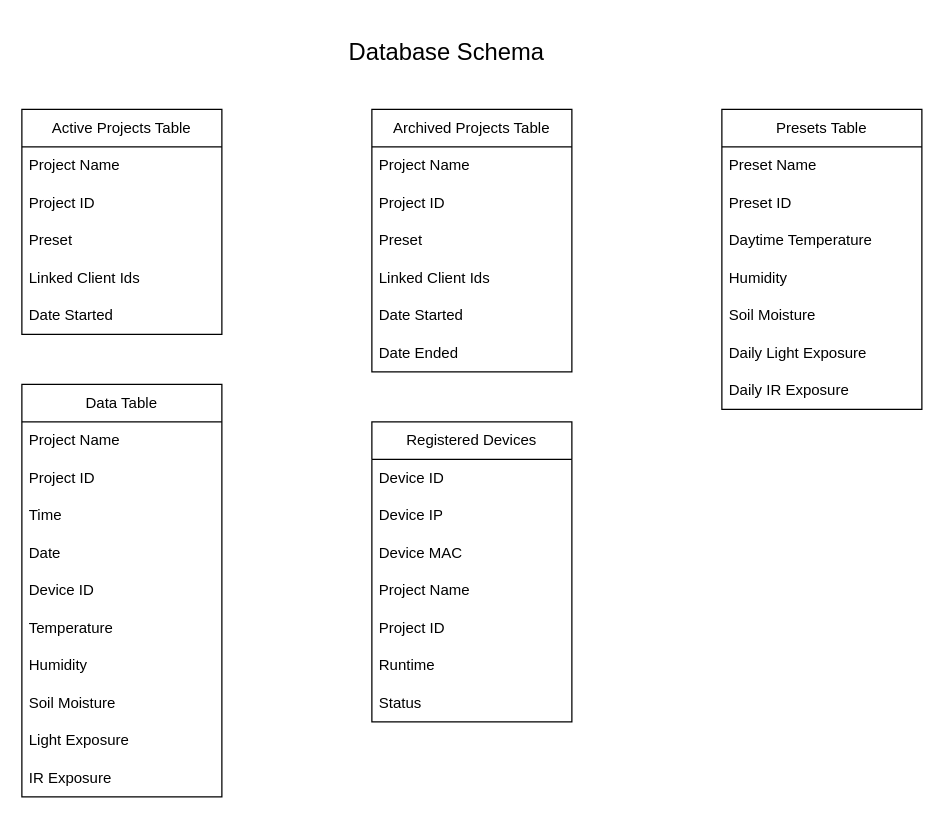
The draw.io diagram diagrams/DatabaseSchema.drawio in MalinkyZubr/Engr-greenhouse-project, before the edit. Source tidied: cells renumbered, new cells numbered last; positions are measured from the earlier drawing's top-left corner, leaving out a move shared by most shapes. Both pictures are drawn from the tidied source at 125%, with x=0, y=0 at pixel (21, 21).
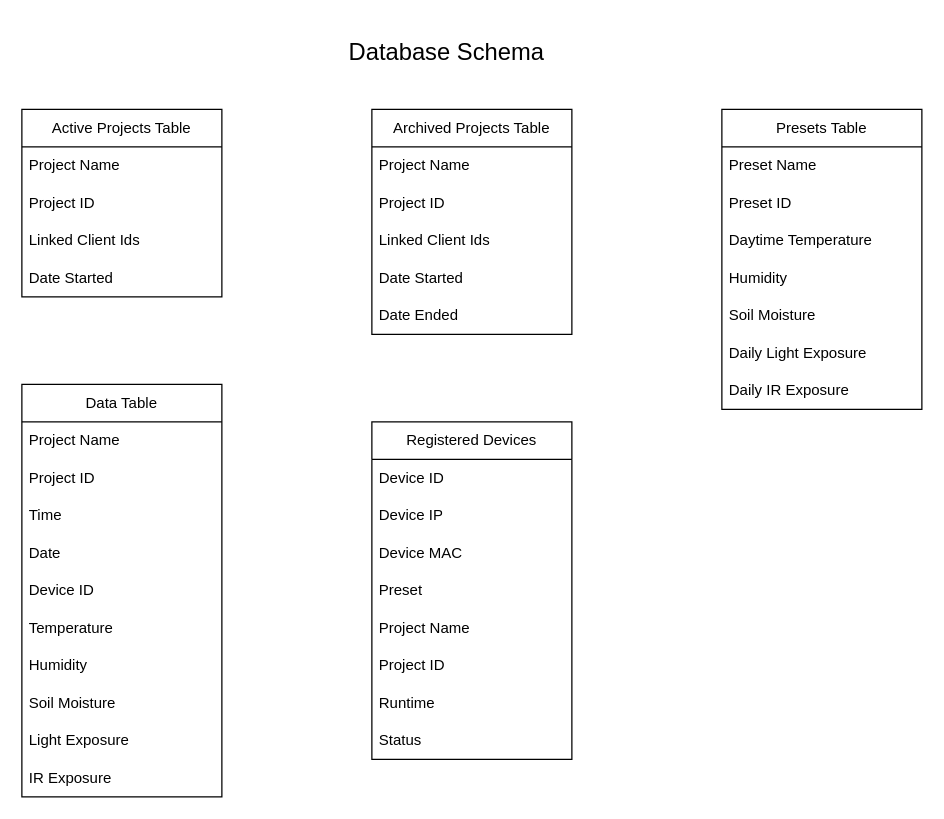
The same page after the edit.

The edit, as a diff of the source:
```diff
@@
     <mxCell id="2" value="Active Projects Table" style="swimlane;fontStyle=0;horizontal=1;startSize=30;whiteSpace=wrap;html=1;" parent="1" vertex="1">
-      <mxGeometry y="70" width="160" height="180" as="geometry" />
+      <mxGeometry y="70" width="160" height="150" as="geometry" />
     </mxCell>
@@
-    <mxCell id="5" value="Preset" style="text;strokeColor=none;fillColor=none;align=left;verticalAlign=middle;spacingLeft=4;spacingRight=4;overflow=hidden;whiteSpace=wrap;html=1;" parent="2" vertex="1">
-      <mxGeometry y="90" width="160" height="30" as="geometry" />
-    </mxCell>
     <mxCell id="6" value="Linked Client Ids" style="text;strokeColor=none;fillColor=none;align=left;verticalAlign=middle;spacingLeft=4;spacingRight=4;overflow=hidden;whiteSpace=wrap;html=1;" parent="2" vertex="1">
-      <mxGeometry y="120" width="160" height="30" as="geometry" />
+      <mxGeometry y="90" width="160" height="30" as="geometry" />
     </mxCell>
     <mxCell id="7" value="Date Started" style="text;strokeColor=none;fillColor=none;align=left;verticalAlign=middle;spacingLeft=4;spacingRight=4;overflow=hidden;whiteSpace=wrap;html=1;" parent="2" vertex="1">
-      <mxGeometry y="150" width="160" height="30" as="geometry" />
+      <mxGeometry y="120" width="160" height="30" as="geometry" />
     </mxCell>
     <mxCell id="8" value="Archived Projects Table" style="swimlane;fontStyle=0;horizontal=1;startSize=30;whiteSpace=wrap;html=1;" parent="1" vertex="1">
-      <mxGeometry x="280" y="70" width="160" height="210" as="geometry" />
+      <mxGeometry x="280" y="70" width="160" height="180" as="geometry" />
     </mxCell>
@@
-    <mxCell id="11" value="Preset" style="text;strokeColor=none;fillColor=none;align=left;verticalAlign=middle;spacingLeft=4;spacingRight=4;overflow=hidden;whiteSpace=wrap;html=1;" parent="8" vertex="1">
-      <mxGeometry y="90" width="160" height="30" as="geometry" />
-    </mxCell>
     <mxCell id="12" value="Linked Client Ids" style="text;strokeColor=none;fillColor=none;align=left;verticalAlign=middle;spacingLeft=4;spacingRight=4;overflow=hidden;whiteSpace=wrap;html=1;" parent="8" vertex="1">
-      <mxGeometry y="120" width="160" height="30" as="geometry" />
+      <mxGeometry y="90" width="160" height="30" as="geometry" />
     </mxCell>
     <mxCell id="13" value="Date Started" style="text;strokeColor=none;fillColor=none;align=left;verticalAlign=middle;spacingLeft=4;spacingRight=4;overflow=hidden;whiteSpace=wrap;html=1;" parent="8" vertex="1">
-      <mxGeometry y="150" width="160" height="30" as="geometry" />
+      <mxGeometry y="120" width="160" height="30" as="geometry" />
     </mxCell>
     <mxCell id="14" value="Date Ended" style="text;strokeColor=none;fillColor=none;align=left;verticalAlign=middle;spacingLeft=4;spacingRight=4;overflow=hidden;whiteSpace=wrap;html=1;" parent="8" vertex="1">
-      <mxGeometry y="180" width="160" height="30" as="geometry" />
+      <mxGeometry y="150" width="160" height="30" as="geometry" />
     </mxCell>
@@
     <mxCell id="36" value="Registered Devices" style="swimlane;fontStyle=0;horizontal=1;startSize=30;whiteSpace=wrap;html=1;" parent="1" vertex="1">
-      <mxGeometry x="280" y="320" width="160" height="240" as="geometry" />
+      <mxGeometry x="280" y="320" width="160" height="270" as="geometry" />
     </mxCell>
@@
+    <mxCell id="5" value="Preset" style="text;strokeColor=none;fillColor=none;align=left;verticalAlign=middle;spacingLeft=4;spacingRight=4;overflow=hidden;whiteSpace=wrap;html=1;" parent="36" vertex="1">
+      <mxGeometry y="120" width="160" height="30" as="geometry" />
+    </mxCell>
     <mxCell id="40" value="Project Name" style="text;strokeColor=none;fillColor=none;align=left;verticalAlign=middle;spacingLeft=4;spacingRight=4;overflow=hidden;whiteSpace=wrap;html=1;" parent="36" vertex="1">
-      <mxGeometry y="120" width="160" height="30" as="geometry" />
+      <mxGeometry y="150" width="160" height="30" as="geometry" />
     </mxCell>
     <mxCell id="41" value="Project ID" style="text;strokeColor=none;fillColor=none;align=left;verticalAlign=middle;spacingLeft=4;spacingRight=4;overflow=hidden;whiteSpace=wrap;html=1;" parent="36" vertex="1">
-      <mxGeometry y="150" width="160" height="30" as="geometry" />
+      <mxGeometry y="180" width="160" height="30" as="geometry" />
     </mxCell>
     <mxCell id="42" value="Runtime" style="text;strokeColor=none;fillColor=none;align=left;verticalAlign=middle;spacingLeft=4;spacingRight=4;overflow=hidden;whiteSpace=wrap;html=1;" parent="36" vertex="1">
-      <mxGeometry y="180" width="160" height="30" as="geometry" />
+      <mxGeometry y="210" width="160" height="30" as="geometry" />
     </mxCell>
     <mxCell id="43" value="Status" style="text;strokeColor=none;fillColor=none;align=left;verticalAlign=middle;spacingLeft=4;spacingRight=4;overflow=hidden;whiteSpace=wrap;html=1;" parent="36" vertex="1">
-      <mxGeometry y="210" width="160" height="30" as="geometry" />
+      <mxGeometry y="240" width="160" height="30" as="geometry" />
     </mxCell>
```
